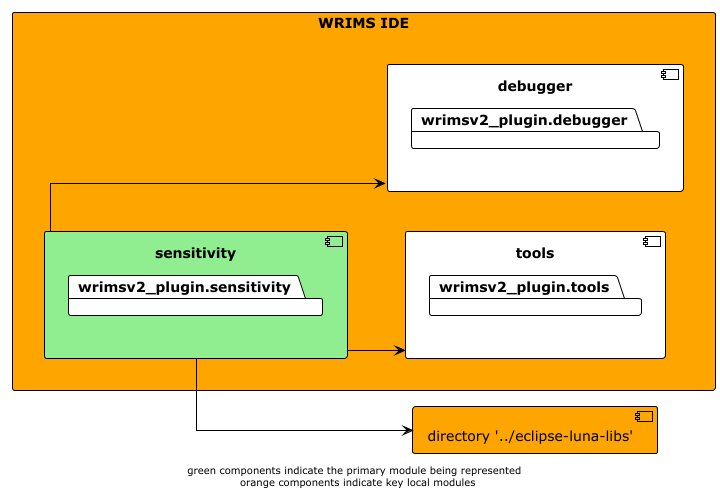
Before: docs/diagrams/wrims-ide/wrims-ide_sensitivity.png, a diagram exported from PlantUML (CentralValleyModeling/wrims). Source of this version:
```plantuml
@startuml

!theme plain
left to right direction
skinparam linetype ortho

rectangle wrims-ide as "WRIMS IDE" #orange {
    component sensitivity #lightgreen {
        package wrimsv2_plugin.sensitivity
    }
    component tools {
        package wrimsv2_plugin.tools
    }
    component debugger {
        package wrimsv2_plugin.debugger
    }
}

component luna_libs as "directory '../eclipse-luna-libs'" #orange

sensitivity -down-> luna_libs
sensitivity -down-> tools
sensitivity -down-> debugger

footer "green components indicate the primary module being represented \n orange components indicate key local modules"
@enduml
```
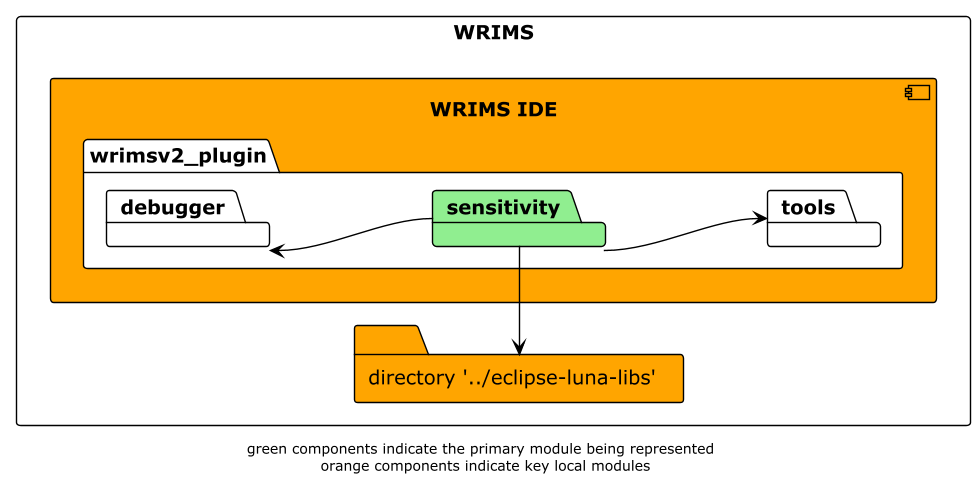
Later version of the same file.

What changed in the source:
```diff
@@ -4,23 +4,20 @@
 left to right direction
 skinparam linetype ortho
 
-rectangle wrims-ide as "WRIMS IDE" #orange {
-    component sensitivity #lightgreen {
-        package wrimsv2_plugin.sensitivity
+rectangle WRIMS {
+    component wrims-ide as "WRIMS IDE" #orange {
+        package wrimsv2_plugin {
+            package sensitivity #lightgreen
+            package tools
+            package debugger
+        }
     }
-    component tools {
-        package wrimsv2_plugin.tools
-    }
-    component debugger {
-        package wrimsv2_plugin.debugger
-    }
+
+    folder luna_libs as "directory '../eclipse-luna-libs'" #orange
 }
-
-component luna_libs as "directory '../eclipse-luna-libs'" #orange
-
-sensitivity -down-> luna_libs
-sensitivity -down-> tools
-sensitivity -down-> debugger
+sensitivity -r-> luna_libs
+sensitivity --> tools
+sensitivity -u-> debugger
 
 footer "green components indicate the primary module being represented \n orange components indicate key local modules"
 @enduml
```
